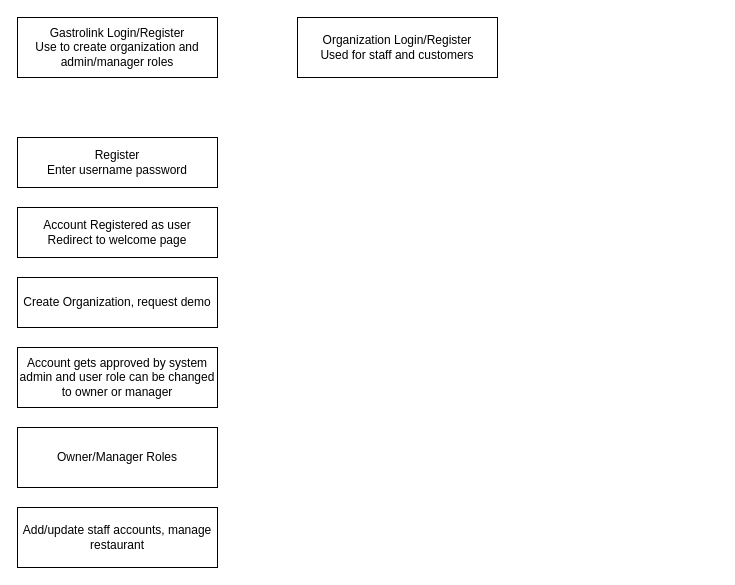
Before: authflow.drawio in MRabbani007/drawio, a draw.io diagram. Source tidied: cells renumbered, new cells numbered last; positions are measured from the earlier drawing's top-left corner, leaving out a move shared by most shapes. Both pictures are drawn from the tidied source at 100%, with x=0, y=0 at pixel (17, 17).
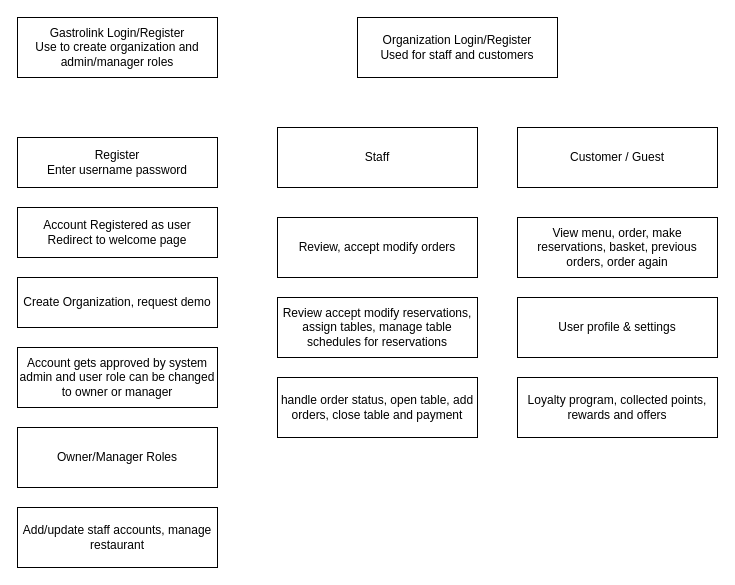
After the change.

What changed in the source:
```diff
@@
 <mxGraphModel>
   <root>
     <mxCell id="0" />
     <mxCell id="1" parent="0" />
     <mxCell id="2" value="Register&lt;div&gt;Enter username password&lt;/div&gt;" style="rounded=0;whiteSpace=wrap;html=1;" parent="1" vertex="1">
       <mxGeometry y="120" width="200" height="50" as="geometry" />
     </mxCell>
     <mxCell id="3" value="Account Registered as user&lt;div&gt;Redirect to welcome page&lt;/div&gt;" style="rounded=0;whiteSpace=wrap;html=1;" parent="1" vertex="1">
       <mxGeometry y="190" width="200" height="50" as="geometry" />
     </mxCell>
     <mxCell id="4" value="&lt;div&gt;Create Organization, request demo&lt;/div&gt;" style="rounded=0;whiteSpace=wrap;html=1;" parent="1" vertex="1">
       <mxGeometry y="260" width="200" height="50" as="geometry" />
     </mxCell>
     <mxCell id="5" value="&lt;div&gt;Account gets approved by system admin and user role can be changed to owner or manager&lt;/div&gt;" style="rounded=0;whiteSpace=wrap;html=1;" parent="1" vertex="1">
       <mxGeometry y="330" width="200" height="60" as="geometry" />
     </mxCell>
     <mxCell id="6" value="&lt;div&gt;Owner/Manager Roles&lt;/div&gt;" style="rounded=0;whiteSpace=wrap;html=1;" parent="1" vertex="1">
       <mxGeometry y="410" width="200" height="60" as="geometry" />
     </mxCell>
     <mxCell id="7" value="&lt;div&gt;Add/update staff accounts, manage restaurant&lt;/div&gt;" style="rounded=0;whiteSpace=wrap;html=1;" parent="1" vertex="1">
       <mxGeometry y="490" width="200" height="60" as="geometry" />
     </mxCell>
     <mxCell id="8" value="&lt;div&gt;Gastrolink Login/Register&lt;/div&gt;&lt;div&gt;Use to create organization and admin/manager roles&lt;/div&gt;" style="rounded=0;whiteSpace=wrap;html=1;" parent="1" vertex="1">
       <mxGeometry width="200" height="60" as="geometry" />
     </mxCell>
     <mxCell id="9" value="&lt;div&gt;Organization Login/Register&lt;/div&gt;&lt;div&gt;Used for staff and customers&lt;/div&gt;" style="rounded=0;whiteSpace=wrap;html=1;" parent="1" vertex="1">
-      <mxGeometry x="280" width="200" height="60" as="geometry" />
+      <mxGeometry x="340" width="200" height="60" as="geometry" />
     </mxCell>
+    <mxCell id="10" value="&lt;div&gt;Customer / Guest&lt;/div&gt;" style="rounded=0;whiteSpace=wrap;html=1;" parent="1" vertex="1">
+      <mxGeometry x="500" y="110" width="200" height="60" as="geometry" />
+    </mxCell>
+    <mxCell id="11" value="View menu, order, make reservations, basket, previous orders, order again" style="rounded=0;whiteSpace=wrap;html=1;" parent="1" vertex="1">
+      <mxGeometry x="500" y="200" width="200" height="60" as="geometry" />
+    </mxCell>
+    <mxCell id="12" value="User profile &amp;amp; settings" style="rounded=0;whiteSpace=wrap;html=1;" parent="1" vertex="1">
+      <mxGeometry x="500" y="280" width="200" height="60" as="geometry" />
+    </mxCell>
+    <mxCell id="13" value="Loyalty program, collected points, rewards and offers" style="rounded=0;whiteSpace=wrap;html=1;" parent="1" vertex="1">
+      <mxGeometry x="500" y="360" width="200" height="60" as="geometry" />
+    </mxCell>
+    <mxCell id="14" value="Staff" style="rounded=0;whiteSpace=wrap;html=1;" parent="1" vertex="1">
+      <mxGeometry x="260" y="110" width="200" height="60" as="geometry" />
+    </mxCell>
+    <mxCell id="15" value="Review, accept modify orders" style="rounded=0;whiteSpace=wrap;html=1;" parent="1" vertex="1">
+      <mxGeometry x="260" y="200" width="200" height="60" as="geometry" />
+    </mxCell>
+    <mxCell id="16" value="Review accept modify reservations, assign tables, manage table schedules for reservations" style="rounded=0;whiteSpace=wrap;html=1;" parent="1" vertex="1">
+      <mxGeometry x="260" y="280" width="200" height="60" as="geometry" />
+    </mxCell>
+    <mxCell id="17" value="handle order status, open table, add orders, close table and payment" style="rounded=0;whiteSpace=wrap;html=1;" parent="1" vertex="1">
+      <mxGeometry x="260" y="360" width="200" height="60" as="geometry" />
+    </mxCell>
   </root>
 </mxGraphModel>
```
